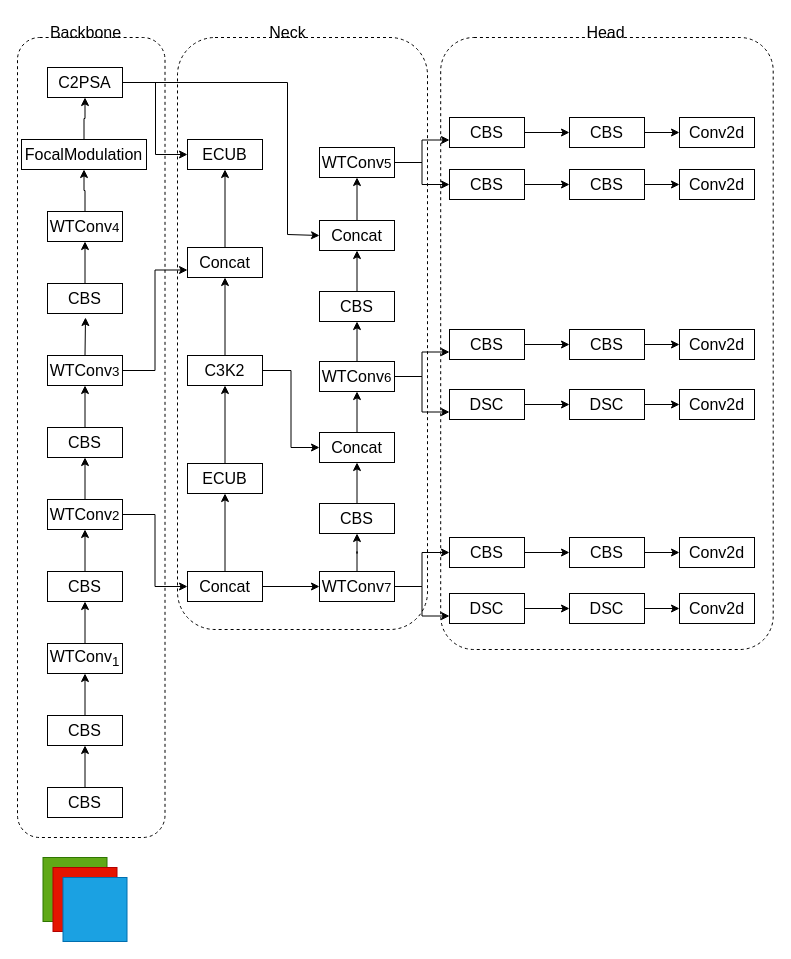
This is 专利网络结构图.drawio from HTMLCSS-XD/draw.io, a draw.io file, before an edit. Source tidied: cells renumbered, new cells numbered last; positions are measured from the earlier drawing's top-left corner, leaving out a move shared by most shapes. Both pictures are drawn from the tidied source at 100%, with x=0, y=0 at pixel (17, 17).
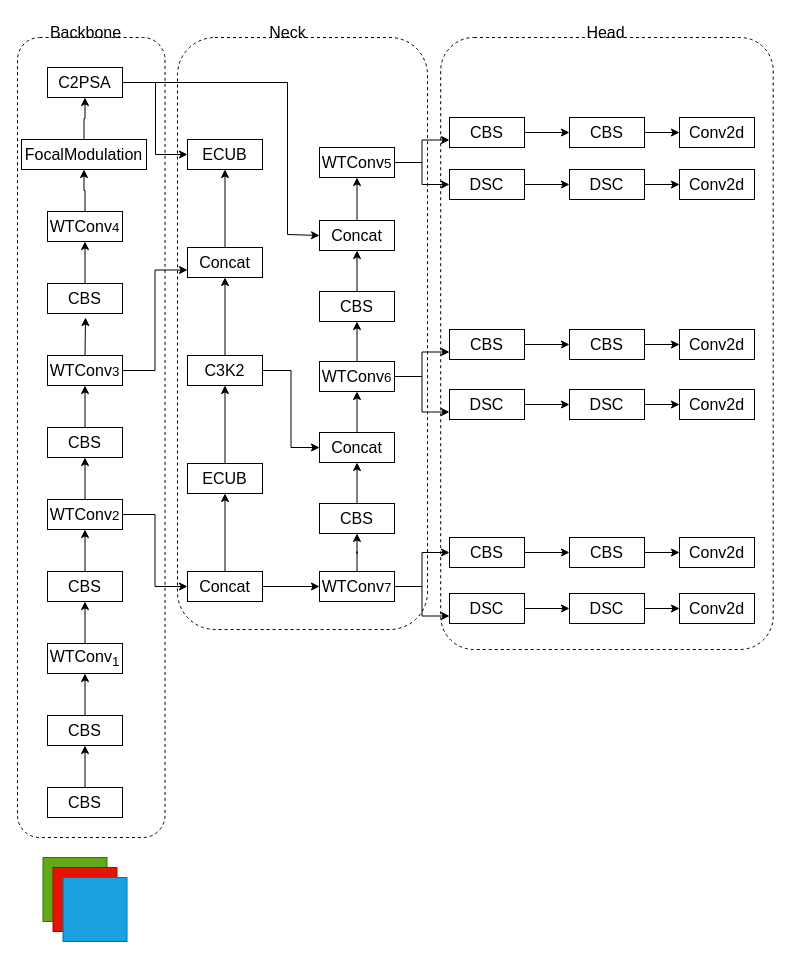
Above is the later version.

Commit message:
更新专利网络结构图.drawio

What changed in the source:
```diff
@@
-    <mxCell id="66" value="CBS" style="rounded=0;whiteSpace=wrap;html=1;fontSize=16;" parent="1" vertex="1">
+    <mxCell id="66" value="DSC" style="rounded=0;whiteSpace=wrap;html=1;fontSize=16;" parent="1" vertex="1">
       <mxGeometry x="432" y="152" width="75" height="30" as="geometry" />
     </mxCell>
@@
-    <mxCell id="69" value="CBS" style="rounded=0;whiteSpace=wrap;html=1;fontSize=16;" parent="1" vertex="1">
+    <mxCell id="69" value="DSC" style="rounded=0;whiteSpace=wrap;html=1;fontSize=16;" parent="1" vertex="1">
       <mxGeometry x="552" y="152" width="75" height="30" as="geometry" />
     </mxCell>
```
